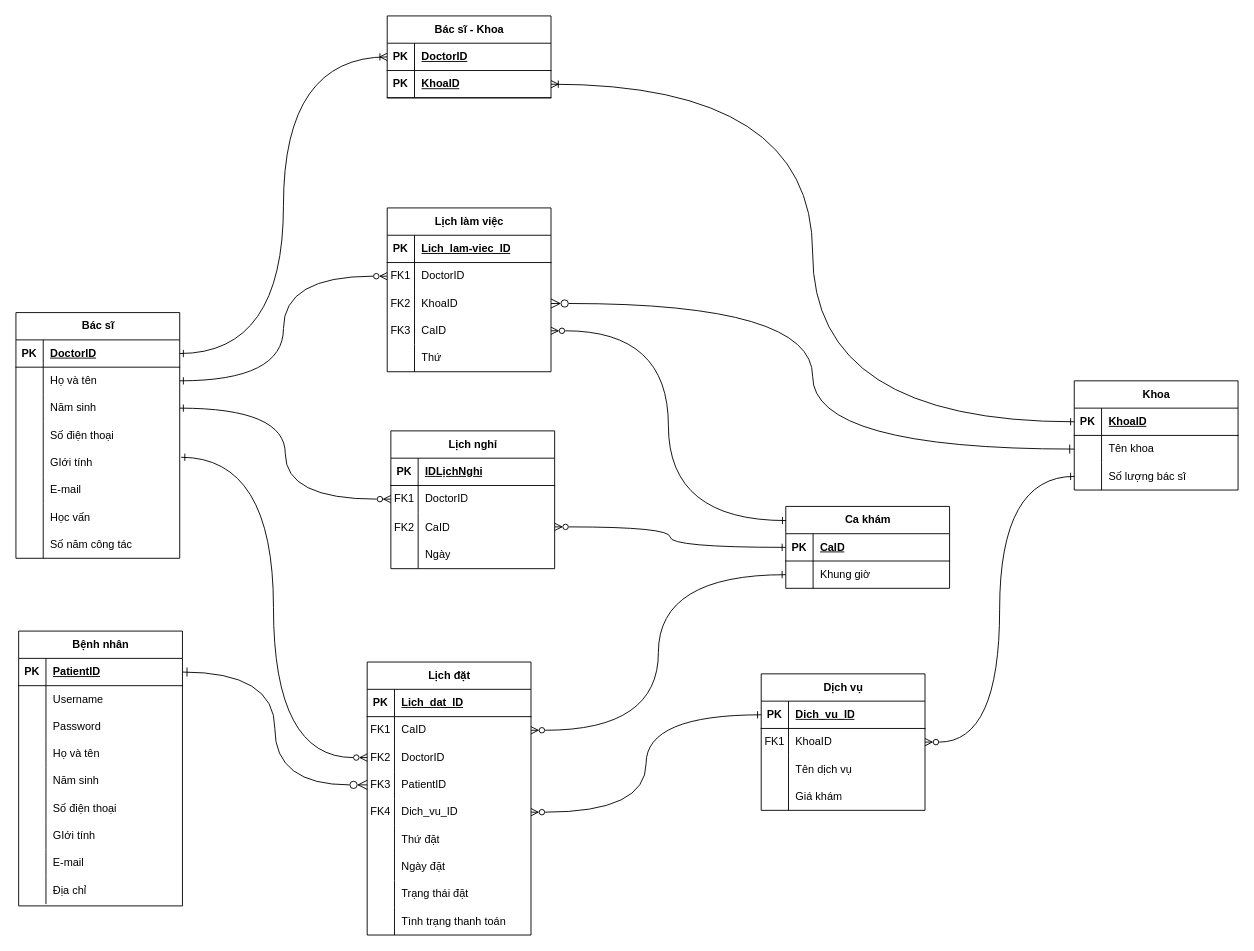
Before: Biểu đồ không có tiêu đề.drawio in ktoan911/Medical_scheduling_Web, a draw.io diagram. Source tidied: cells renumbered, new cells numbered last; positions are measured from the earlier drawing's top-left corner, leaving out a move shared by most shapes. Both pictures are drawn from the tidied source at 91%, with x=0, y=0 at pixel (15, 15).
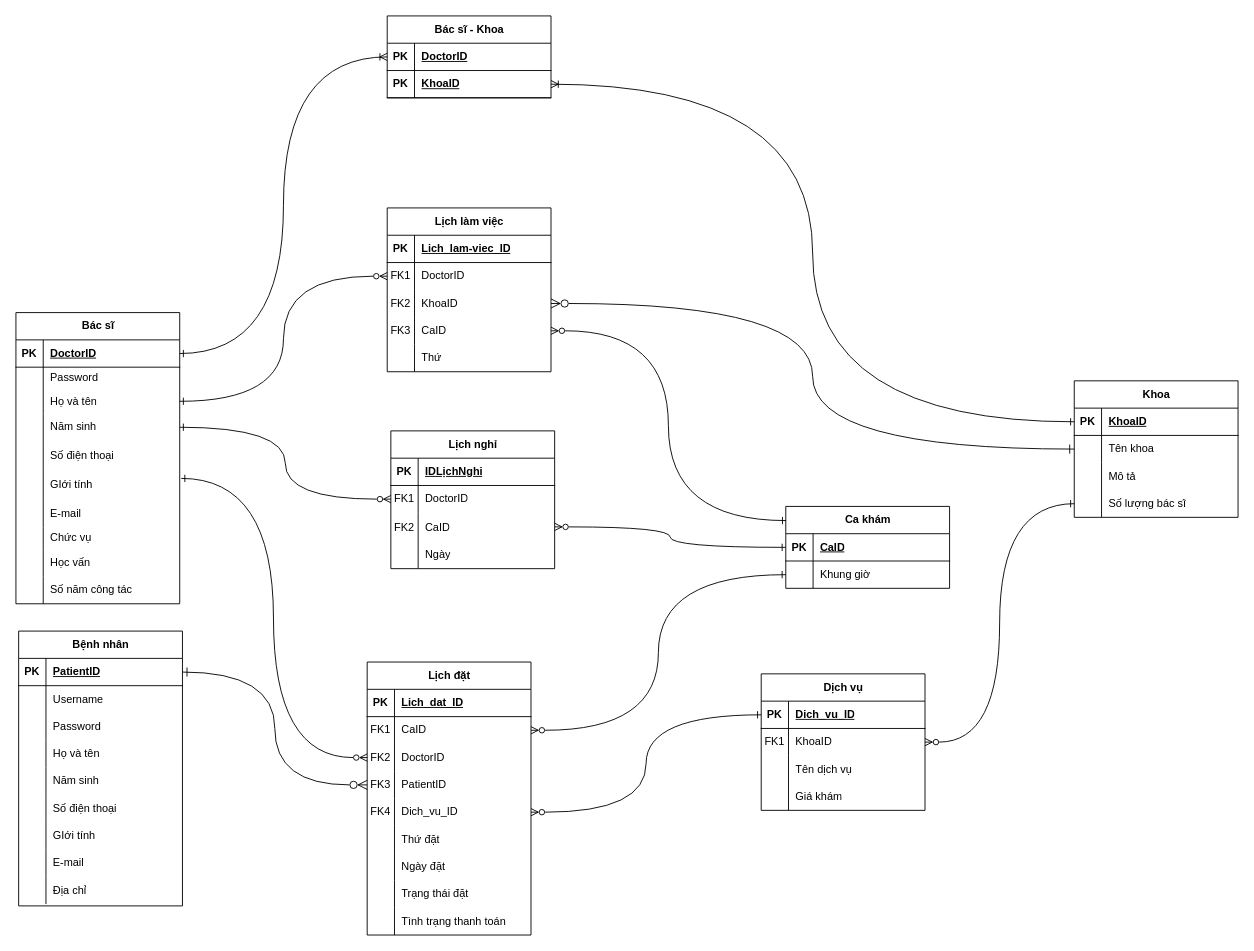
After the change.

Commit message:
Cập nhật Biểu đồ không có tiêu đề.drawio

What changed in the source:
```diff
@@
     <mxCell id="2" value="Bác sĩ" style="shape=table;startSize=30;childLayout=tableLayout;rowLines=0;fontStyle=1;align=center;html=1;" parent="1" vertex="1">
-      <mxGeometry y="326" width="180" height="270" as="geometry" />
+      <mxGeometry y="326" width="180" height="320" as="geometry" />
     </mxCell>
@@
+    <mxCell id="161" style="shape=tableRow;horizontal=0;startSize=0;swimlaneHead=0;swimlaneBody=0;fillColor=none;top=0;left=0;right=0;bottom=0;" parent="2" vertex="1">
+      <mxGeometry y="60" width="180" height="24" as="geometry" />
+    </mxCell>
+    <mxCell id="162" style="shape=partialRectangle;fillColor=none;top=0;left=0;bottom=0;right=0;overflow=hidden;whiteSpace=wrap;html=1;" parent="161" vertex="1">
+      <mxGeometry width="30" height="24" as="geometry" />
+    </mxCell>
+    <mxCell id="163" value="Password" style="shape=partialRectangle;fillColor=none;top=0;left=0;bottom=0;right=0;align=left;spacingLeft=6;overflow=hidden;whiteSpace=wrap;html=1;" parent="161" vertex="1">
+      <mxGeometry x="30" width="150" height="24" as="geometry" />
+    </mxCell>
     <mxCell id="6" style="shape=tableRow;horizontal=0;startSize=0;swimlaneHead=0;swimlaneBody=0;fillColor=none;points=[[0,0.5],[1,0.5]];portConstraint=eastwest;top=0;left=0;right=0;bottom=0;" parent="2" vertex="1">
-      <mxGeometry y="60" width="180" height="30" as="geometry" />
+      <mxGeometry y="84" width="180" height="27" as="geometry" />
     </mxCell>
     <mxCell id="7" style="shape=partialRectangle;fillColor=none;top=0;left=0;bottom=0;right=0;overflow=hidden;whiteSpace=wrap;html=1;" parent="6" vertex="1">
-      <mxGeometry width="30" height="30" as="geometry" />
+      <mxGeometry width="30" height="27" as="geometry" />
     </mxCell>
     <mxCell id="8" value="Họ và tên" style="shape=partialRectangle;fillColor=none;top=0;left=0;bottom=0;right=0;align=left;spacingLeft=6;overflow=hidden;whiteSpace=wrap;html=1;" parent="6" vertex="1">
-      <mxGeometry x="30" width="150" height="30" as="geometry" />
+      <mxGeometry x="30" width="150" height="27" as="geometry" />
     </mxCell>
     <mxCell id="9" style="shape=tableRow;horizontal=0;startSize=0;swimlaneHead=0;swimlaneBody=0;fillColor=none;points=[[0,0.5],[1,0.5]];portConstraint=eastwest;top=0;left=0;right=0;bottom=0;" parent="2" vertex="1">
-      <mxGeometry y="90" width="180" height="30" as="geometry" />
+      <mxGeometry y="111" width="180" height="30" as="geometry" />
     </mxCell>
@@
     <mxCell id="12" style="shape=tableRow;horizontal=0;startSize=0;swimlaneHead=0;swimlaneBody=0;fillColor=none;top=0;left=0;right=0;bottom=0;" parent="2" vertex="1">
-      <mxGeometry y="120" width="180" height="30" as="geometry" />
+      <mxGeometry y="141" width="180" height="31" as="geometry" />
     </mxCell>
     <mxCell id="13" style="shape=partialRectangle;fillColor=none;top=0;left=0;bottom=0;right=0;overflow=hidden;whiteSpace=wrap;html=1;" parent="12" vertex="1">
-      <mxGeometry width="30" height="30" as="geometry" />
+      <mxGeometry width="30" height="31" as="geometry" />
     </mxCell>
     <mxCell id="14" value="Số điện thoại" style="shape=partialRectangle;fillColor=none;top=0;left=0;bottom=0;right=0;align=left;spacingLeft=6;overflow=hidden;whiteSpace=wrap;html=1;" parent="12" vertex="1">
-      <mxGeometry x="30" width="150" height="30" as="geometry" />
+      <mxGeometry x="30" width="150" height="31" as="geometry" />
     </mxCell>
     <mxCell id="15" style="shape=tableRow;horizontal=0;startSize=0;swimlaneHead=0;swimlaneBody=0;fillColor=none;points=[[0,0.5],[1,0.5]];portConstraint=eastwest;top=0;left=0;right=0;bottom=0;" parent="2" vertex="1">
-      <mxGeometry y="150" width="180" height="30" as="geometry" />
+      <mxGeometry y="172" width="180" height="34" as="geometry" />
     </mxCell>
     <mxCell id="16" style="shape=partialRectangle;fillColor=none;top=0;left=0;bottom=0;right=0;overflow=hidden;whiteSpace=wrap;html=1;" parent="15" vertex="1">
-      <mxGeometry width="30" height="30" as="geometry" />
+      <mxGeometry width="30" height="34" as="geometry" />
     </mxCell>
     <mxCell id="17" value="GIới tính" style="shape=partialRectangle;fillColor=none;top=0;left=0;bottom=0;right=0;align=left;spacingLeft=6;overflow=hidden;whiteSpace=wrap;html=1;" parent="15" vertex="1">
-      <mxGeometry x="30" width="150" height="30" as="geometry" />
+      <mxGeometry x="30" width="150" height="34" as="geometry" />
     </mxCell>
     <mxCell id="18" style="shape=tableRow;horizontal=0;startSize=0;swimlaneHead=0;swimlaneBody=0;fillColor=none;top=0;left=0;right=0;bottom=0;" parent="2" vertex="1">
-      <mxGeometry y="180" width="180" height="30" as="geometry" />
+      <mxGeometry y="206" width="180" height="30" as="geometry" />
     </mxCell>
@@
+    <mxCell id="164" style="shape=tableRow;horizontal=0;startSize=0;swimlaneHead=0;swimlaneBody=0;fillColor=none;top=0;left=0;right=0;bottom=0;" parent="2" vertex="1">
+      <mxGeometry y="236" width="180" height="24" as="geometry" />
+    </mxCell>
+    <mxCell id="165" style="shape=partialRectangle;fillColor=none;top=0;left=0;bottom=0;right=0;overflow=hidden;whiteSpace=wrap;html=1;" parent="164" vertex="1">
+      <mxGeometry width="30" height="24" as="geometry" />
+    </mxCell>
+    <mxCell id="166" value="Chức vụ" style="shape=partialRectangle;fillColor=none;top=0;left=0;bottom=0;right=0;align=left;spacingLeft=6;overflow=hidden;whiteSpace=wrap;html=1;" parent="164" vertex="1">
+      <mxGeometry x="30" width="150" height="24" as="geometry" />
+    </mxCell>
     <mxCell id="21" style="shape=tableRow;horizontal=0;startSize=0;swimlaneHead=0;swimlaneBody=0;fillColor=none;top=0;left=0;right=0;bottom=0;" parent="2" vertex="1">
-      <mxGeometry y="210" width="180" height="30" as="geometry" />
+      <mxGeometry y="260" width="180" height="30" as="geometry" />
     </mxCell>
@@
     <mxCell id="24" style="shape=tableRow;horizontal=0;startSize=0;swimlaneHead=0;swimlaneBody=0;fillColor=none;top=0;left=0;right=0;bottom=0;" parent="2" vertex="1">
-      <mxGeometry y="240" width="180" height="30" as="geometry" />
+      <mxGeometry y="290" width="180" height="30" as="geometry" />
     </mxCell>
@@
     <mxCell id="119" value="Khoa" style="shape=table;startSize=30;childLayout=tableLayout;rowLines=0;fontStyle=1;align=center;html=1;" parent="1" vertex="1">
-      <mxGeometry x="1163" y="401" width="180" height="120" as="geometry" />
+      <mxGeometry x="1163" y="401" width="180" height="150" as="geometry" />
     </mxCell>
@@
+    <mxCell id="167" style="shape=tableRow;horizontal=0;startSize=0;swimlaneHead=0;swimlaneBody=0;fillColor=none;top=0;left=0;right=0;bottom=0;" parent="119" vertex="1">
+      <mxGeometry y="90" width="180" height="30" as="geometry" />
+    </mxCell>
+    <mxCell id="168" style="shape=partialRectangle;fillColor=none;top=0;left=0;bottom=0;right=0;overflow=hidden;whiteSpace=wrap;html=1;" parent="167" vertex="1">
+      <mxGeometry width="30" height="30" as="geometry" />
+    </mxCell>
+    <mxCell id="169" value="Mô tả" style="shape=partialRectangle;fillColor=none;top=0;left=0;bottom=0;right=0;align=left;spacingLeft=6;overflow=hidden;whiteSpace=wrap;html=1;" parent="167" vertex="1">
+      <mxGeometry x="30" width="150" height="30" as="geometry" />
+    </mxCell>
     <mxCell id="126" style="shape=tableRow;horizontal=0;startSize=0;swimlaneHead=0;swimlaneBody=0;fillColor=none;points=[[0,0.5],[1,0.5]];portConstraint=eastwest;top=0;left=0;right=0;bottom=0;" parent="119" vertex="1">
-      <mxGeometry y="90" width="180" height="30" as="geometry" />
+      <mxGeometry y="120" width="180" height="30" as="geometry" />
     </mxCell>
```
